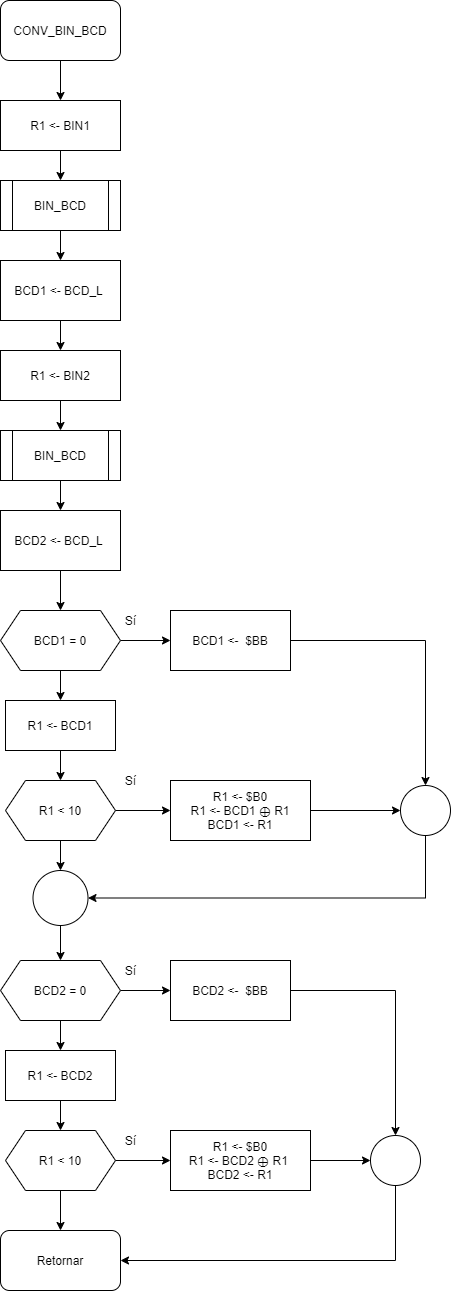
Before: Tarea 5/CONV_BIN_BCD.png, a diagram exported from draw.io (robz25/Microprocesadores). Source tidied: cells renumbered, new cells last; positions are measured from the earlier drawing's top-left corner, leaving out a move shared by most shapes.
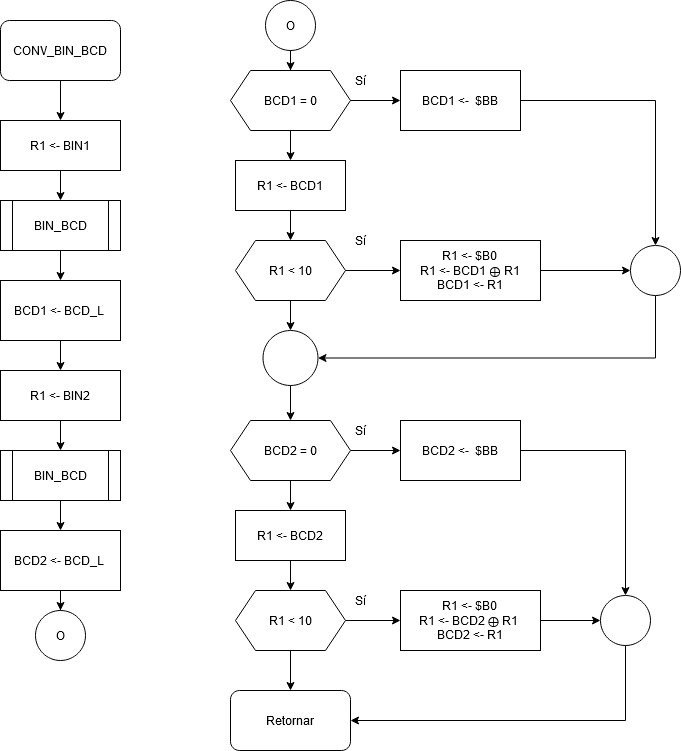
Later version of the same file.

The edit, as a diff of the source:
```diff
@@ -6,43 +6,43 @@
       <mxGeometry relative="1" as="geometry" />
     </mxCell>
     <mxCell id="3" value="CONV_BIN_BCD" style="rounded=1;whiteSpace=wrap;html=1;" parent="1" vertex="1">
-      <mxGeometry width="120" height="60" as="geometry" />
+      <mxGeometry x="-230" y="560" width="120" height="60" as="geometry" />
     </mxCell>
     <mxCell id="4" style="edgeStyle=orthogonalEdgeStyle;rounded=0;jettySize=auto;html=1;exitX=0.5;exitY=1;exitDx=0;exitDy=0;entryX=0.5;entryY=0;entryDx=0;entryDy=0;" parent="1" edge="1" source="5" target="7">
       <mxGeometry relative="1" as="geometry" />
     </mxCell>
     <mxCell id="5" value="R1 &amp;lt;- BIN1" style="rounded=0;whiteSpace=wrap;html=1;" parent="1" vertex="1">
-      <mxGeometry y="100" width="120" height="50" as="geometry" />
+      <mxGeometry x="-230" y="660" width="120" height="50" as="geometry" />
     </mxCell>
     <mxCell id="6" style="edgeStyle=orthogonalEdgeStyle;rounded=0;jettySize=auto;html=1;exitX=0.5;exitY=1;exitDx=0;exitDy=0;entryX=0.5;entryY=0;entryDx=0;entryDy=0;" parent="1" edge="1" source="7" target="9">
       <mxGeometry relative="1" as="geometry" />
     </mxCell>
     <mxCell id="7" value="BIN_BCD" style="shape=process;whiteSpace=wrap;html=1;backgroundOutline=1;" parent="1" vertex="1">
-      <mxGeometry y="180" width="120" height="50" as="geometry" />
+      <mxGeometry x="-230" y="740" width="120" height="50" as="geometry" />
     </mxCell>
     <mxCell id="8" style="edgeStyle=orthogonalEdgeStyle;rounded=0;jettySize=auto;html=1;exitX=0.5;exitY=1;exitDx=0;exitDy=0;entryX=0.5;entryY=0;entryDx=0;entryDy=0;" parent="1" edge="1" source="9" target="11">
       <mxGeometry relative="1" as="geometry" />
     </mxCell>
     <mxCell id="9" value="BCD1 &amp;lt;- BCD_L&amp;nbsp;" style="rounded=0;whiteSpace=wrap;html=1;" parent="1" vertex="1">
-      <mxGeometry y="260" width="120" height="60" as="geometry" />
+      <mxGeometry x="-230" y="820" width="120" height="60" as="geometry" />
     </mxCell>
     <mxCell id="10" style="edgeStyle=orthogonalEdgeStyle;rounded=0;jettySize=auto;html=1;exitX=0.5;exitY=1;exitDx=0;exitDy=0;entryX=0.5;entryY=0;entryDx=0;entryDy=0;" parent="1" edge="1" source="11" target="13">
       <mxGeometry relative="1" as="geometry" />
     </mxCell>
     <mxCell id="11" value="R1 &amp;lt;- BIN2" style="rounded=0;whiteSpace=wrap;html=1;" parent="1" vertex="1">
-      <mxGeometry y="350" width="120" height="50" as="geometry" />
+      <mxGeometry x="-230" y="910" width="120" height="50" as="geometry" />
     </mxCell>
     <mxCell id="12" style="edgeStyle=orthogonalEdgeStyle;rounded=0;jettySize=auto;html=1;exitX=0.5;exitY=1;exitDx=0;exitDy=0;entryX=0.5;entryY=0;entryDx=0;entryDy=0;" parent="1" edge="1" source="13" target="15">
       <mxGeometry relative="1" as="geometry" />
     </mxCell>
     <mxCell id="13" value="BIN_BCD" style="shape=process;whiteSpace=wrap;html=1;backgroundOutline=1;" parent="1" vertex="1">
-      <mxGeometry y="430" width="120" height="50" as="geometry" />
+      <mxGeometry x="-230" y="990" width="120" height="50" as="geometry" />
     </mxCell>
-    <mxCell id="14" style="edgeStyle=orthogonalEdgeStyle;rounded=0;jettySize=auto;html=1;exitX=0.5;exitY=1;exitDx=0;exitDy=0;entryX=0.5;entryY=0;entryDx=0;entryDy=0;" parent="1" edge="1" source="15" target="19">
-      <mxGeometry relative="1" as="geometry" />
-    </mxCell>
+    <mxCell id="51" style="edgeStyle=orthogonalEdgeStyle;rounded=0;jettySize=auto;html=1;" parent="1" edge="1" source="15" target="52">
+      <mxGeometry relative="1" as="geometry" />
+    </mxCell>
     <mxCell id="15" value="BCD2 &amp;lt;- BCD_L&amp;nbsp;" style="rounded=0;whiteSpace=wrap;html=1;" parent="1" vertex="1">
-      <mxGeometry y="510" width="120" height="60" as="geometry" />
+      <mxGeometry x="-230" y="1070" width="120" height="60" as="geometry" />
     </mxCell>
     <mxCell id="16" value="Retornar" style="rounded=1;whiteSpace=wrap;html=1;" parent="1" vertex="1">
       <mxGeometry y="1230" width="120" height="60" as="geometry" />
@@ -149,5 +149,14 @@
     <mxCell id="50" value="R1 &amp;lt;- BCD2" style="rounded=0;whiteSpace=wrap;html=1;" parent="1" vertex="1">
       <mxGeometry x="5" y="1050" width="110" height="50" as="geometry" />
     </mxCell>
+    <mxCell id="52" value="O" style="ellipse;whiteSpace=wrap;html=1;" parent="1" vertex="1">
+      <mxGeometry x="-195" y="1150" width="50" height="50" as="geometry" />
+    </mxCell>
+    <mxCell id="53" style="edgeStyle=orthogonalEdgeStyle;rounded=0;jettySize=auto;html=1;" parent="1" edge="1" source="54" target="19">
+      <mxGeometry relative="1" as="geometry" />
+    </mxCell>
+    <mxCell id="54" value="O" style="ellipse;whiteSpace=wrap;html=1;" parent="1" vertex="1">
+      <mxGeometry x="35" y="540" width="50" height="50" as="geometry" />
+    </mxCell>
   </root>
 </mxGraphModel>
```
